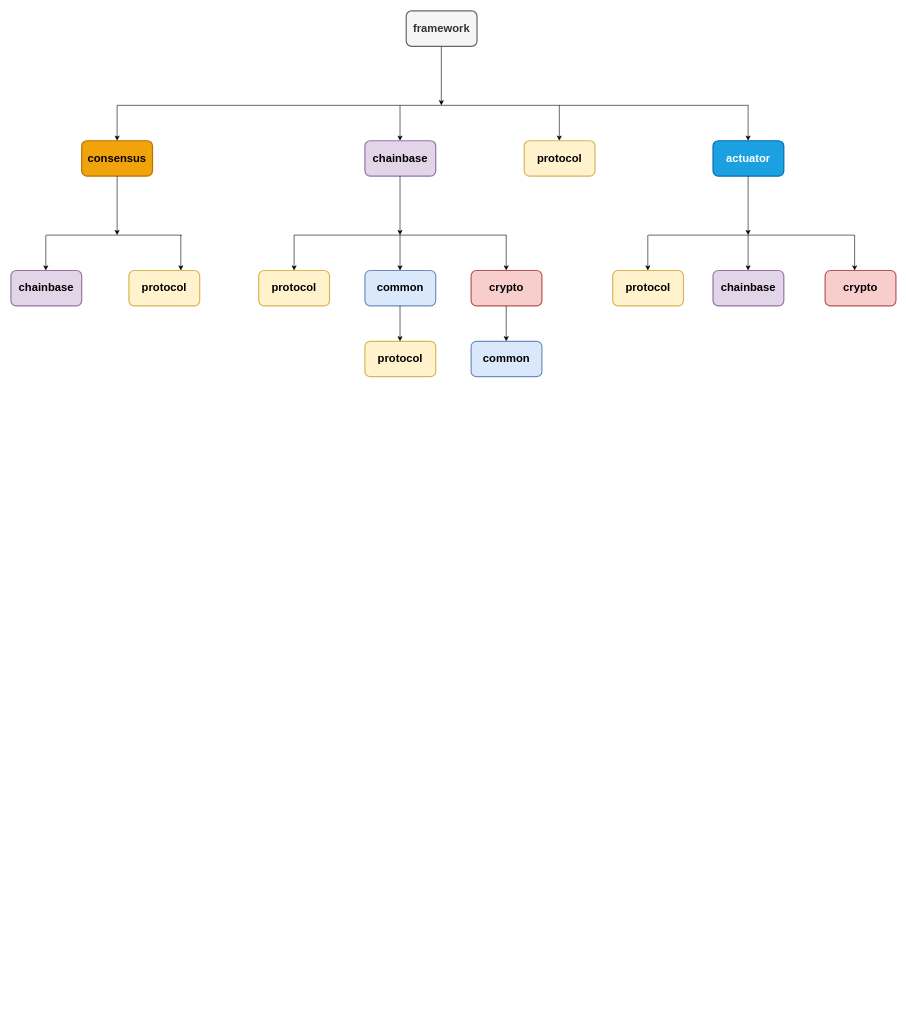
forfreeday/design keeps this draw.io diagram as drawio/项目依赖树.drawio. Above is the earlier version. Source tidied: cells renumbered, new cells numbered last; positions are measured from the earlier drawing's top-left corner, leaving out a move shared by most shapes. Both pictures are drawn from the tidied source at 59%, with x=0, y=0 at pixel (11, 11).
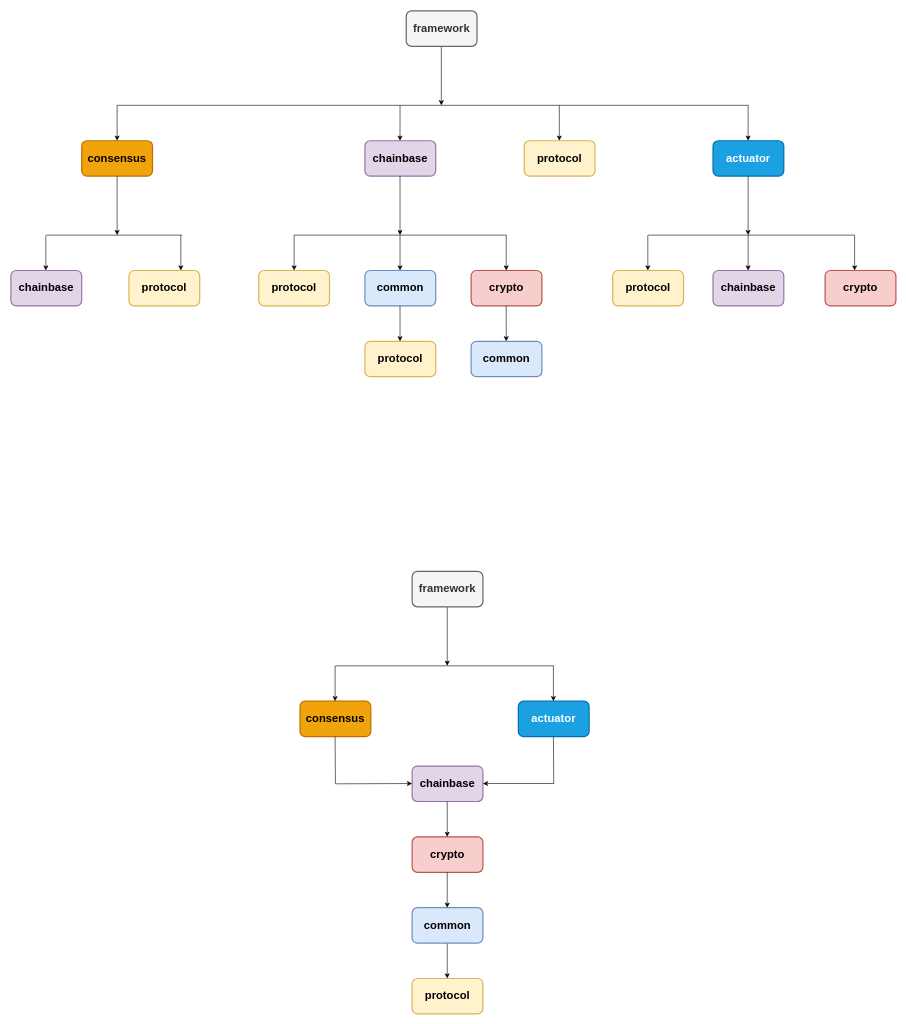
After the change.

Commit message (it also covers changes not shown here):
更新项目依赖树.drawio

Change to the diagram source:
```diff
@@
+    <mxCell id="39" style="endArrow=classic;html=1;rounded=0;entryX=0.5;entryY=0;entryDx=0;entryDy=0;exitX=0.5;exitY=1;exitDx=0;exitDy=0;fontStyle=1;" parent="1" edge="1">
+      <mxGeometry relative="1" as="geometry">
+        <mxPoint x="739.5" y="1010" as="sourcePoint" />
+        <mxPoint x="739.5" y="1110" as="targetPoint" />
+      </mxGeometry>
+    </mxCell>
+    <mxCell id="40" value="framework" style="rounded=1;whiteSpace=wrap;html=1;strokeWidth=2;fontStyle=1;fontSize=19;fillColor=#f5f5f5;fontColor=#333333;strokeColor=#666666;" parent="1" vertex="1">
+      <mxGeometry x="680" y="950" width="120" height="60" as="geometry" />
+    </mxCell>
+    <mxCell id="41" value="chainbase" style="rounded=1;whiteSpace=wrap;html=1;strokeWidth=2;fontStyle=1;fontSize=19;fillColor=#e1d5e7;strokeColor=#9673a6;" parent="1" vertex="1">
+      <mxGeometry x="680" y="1280" width="120" height="60" as="geometry" />
+    </mxCell>
+    <mxCell id="42" value="actuator" style="rounded=1;whiteSpace=wrap;html=1;strokeWidth=2;fontStyle=1;fontSize=19;fillColor=#1ba1e2;fontColor=#ffffff;strokeColor=#006EAF;" parent="1" vertex="1">
+      <mxGeometry x="860" y="1170" width="120" height="60" as="geometry" />
+    </mxCell>
+    <mxCell id="43" value="consensus" style="rounded=1;whiteSpace=wrap;html=1;strokeWidth=2;fontStyle=1;fontSize=19;fillColor=#f0a30a;fontColor=#000000;strokeColor=#BD7000;" parent="1" vertex="1">
+      <mxGeometry x="490" y="1170" width="120" height="60" as="geometry" />
+    </mxCell>
+    <mxCell id="44" style="endArrow=none;html=1;rounded=0;" parent="1" edge="1">
+      <mxGeometry relative="1" as="geometry">
+        <mxPoint x="550" y="1110" as="sourcePoint" />
+        <mxPoint x="920" y="1110" as="targetPoint" />
+      </mxGeometry>
+    </mxCell>
+    <mxCell id="45" style="endArrow=classic;html=1;rounded=0;" parent="1" edge="1">
+      <mxGeometry relative="1" as="geometry">
+        <mxPoint x="549.5" y="1110" as="sourcePoint" />
+        <mxPoint x="549.5" y="1170" as="targetPoint" />
+      </mxGeometry>
+    </mxCell>
+    <mxCell id="46" style="endArrow=classic;html=1;rounded=0;" parent="1" edge="1">
+      <mxGeometry relative="1" as="geometry">
+        <mxPoint x="919.5" y="1110" as="sourcePoint" />
+        <mxPoint x="919.5" y="1170" as="targetPoint" />
+      </mxGeometry>
+    </mxCell>
+    <mxCell id="47" value="crypto" style="rounded=1;whiteSpace=wrap;html=1;strokeWidth=2;fontStyle=1;fontSize=19;fillColor=#f8cecc;strokeColor=#b85450;" parent="1" vertex="1">
+      <mxGeometry x="680" y="1400" width="120" height="60" as="geometry" />
+    </mxCell>
+    <mxCell id="48" value="protocol" style="rounded=1;whiteSpace=wrap;html=1;strokeWidth=2;fontStyle=1;fontSize=19;fillColor=#fff2cc;strokeColor=#d6b656;" parent="1" vertex="1">
+      <mxGeometry x="680" y="1640" width="120" height="60" as="geometry" />
+    </mxCell>
+    <mxCell id="49" style="endArrow=classic;html=1;rounded=0;" parent="1" edge="1">
+      <mxGeometry relative="1" as="geometry">
+        <mxPoint x="739.5" y="1340" as="sourcePoint" />
+        <mxPoint x="739.5" y="1400" as="targetPoint" />
+      </mxGeometry>
+    </mxCell>
+    <mxCell id="50" style="endArrow=classic;html=1;rounded=0;" parent="1" edge="1">
+      <mxGeometry relative="1" as="geometry">
+        <mxPoint x="739.5" y="1580" as="sourcePoint" />
+        <mxPoint x="739.5" y="1640" as="targetPoint" />
+      </mxGeometry>
+    </mxCell>
+    <mxCell id="51" style="endArrow=classic;html=1;rounded=0;" parent="1" edge="1">
+      <mxGeometry relative="1" as="geometry">
+        <mxPoint x="739.5" y="1460" as="sourcePoint" />
+        <mxPoint x="739.5" y="1520" as="targetPoint" />
+      </mxGeometry>
+    </mxCell>
+    <mxCell id="52" value="common" style="rounded=1;whiteSpace=wrap;html=1;strokeWidth=2;fontStyle=1;fontSize=19;fillColor=#dae8fc;strokeColor=#6c8ebf;" parent="1" vertex="1">
+      <mxGeometry x="680" y="1520" width="120" height="60" as="geometry" />
+    </mxCell>
+    <mxCell id="53" style="endArrow=classic;html=1;rounded=0;" parent="1" edge="1">
+      <mxGeometry relative="1" as="geometry">
+        <mxPoint x="550" y="1310" as="sourcePoint" />
+        <mxPoint x="680" y="1309.5" as="targetPoint" />
+      </mxGeometry>
+    </mxCell>
+    <mxCell id="54" style="endArrow=classic;html=1;rounded=0;" parent="1" edge="1">
+      <mxGeometry relative="1" as="geometry">
+        <mxPoint x="920" y="1309.5" as="sourcePoint" />
+        <mxPoint x="800" y="1309.5" as="targetPoint" />
+      </mxGeometry>
+    </mxCell>
+    <mxCell id="55" style="endArrow=none;html=1;rounded=0;" parent="1" edge="1">
+      <mxGeometry relative="1" as="geometry">
+        <mxPoint x="549.5" y="1230" as="sourcePoint" />
+        <mxPoint x="550" y="1310" as="targetPoint" />
+      </mxGeometry>
+    </mxCell>
+    <mxCell id="56" style="endArrow=none;html=1;rounded=0;" parent="1" edge="1">
+      <mxGeometry relative="1" as="geometry">
+        <mxPoint x="919.5" y="1230" as="sourcePoint" />
+        <mxPoint x="920" y="1310" as="targetPoint" />
+      </mxGeometry>
+    </mxCell>
```
